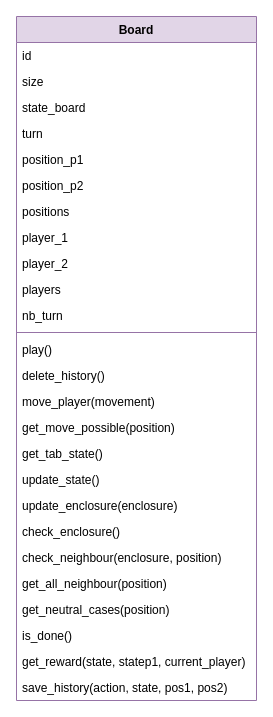
This is page "Business" (4 of 5) of diagrams/database_AI.drawio from YRNEHENRY/AI_Project, a draw.io file, before an edit. Source tidied: cells renumbered, new cells numbered last; positions are measured from the earlier drawing's top-left corner, leaving out a move shared by most shapes. Both pictures are drawn from the tidied source at 100%, with x=0, y=0 at pixel (16, 16).
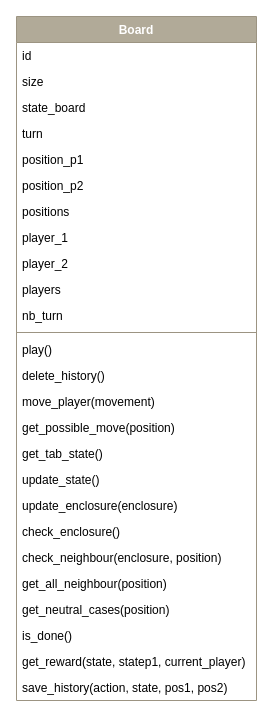
The same page after the edit.

Change to the diagram source:
```diff
@@
-    <mxCell id="2" value="Board" style="swimlane;fontStyle=1;align=center;verticalAlign=top;horizontal=1;startSize=26;fillColor=#e1d5e7;strokeColor=#9673a6;" parent="1" vertex="1">
+    <mxCell id="2" value="Board" style="swimlane;fontStyle=1;align=center;verticalAlign=top;horizontal=1;startSize=26;fillColor=#B1AA98;strokeColor=#9C9482;fontColor=#FFFFFF;" parent="1" vertex="1">
       <mxGeometry width="240" height="684" as="geometry" />
     </mxCell>
@@
-    <mxCell id="18" value="get_move_possible(position)" style="text;strokeColor=none;fillColor=none;align=left;verticalAlign=top;spacingLeft=4;spacingRight=4;overflow=hidden;" parent="2" vertex="1">
+    <mxCell id="18" value="get_possible_move(position)" style="text;strokeColor=none;fillColor=none;align=left;verticalAlign=top;spacingLeft=4;spacingRight=4;overflow=hidden;" parent="2" vertex="1">
       <mxGeometry y="398" width="240" height="26" as="geometry" />
     </mxCell>
```
